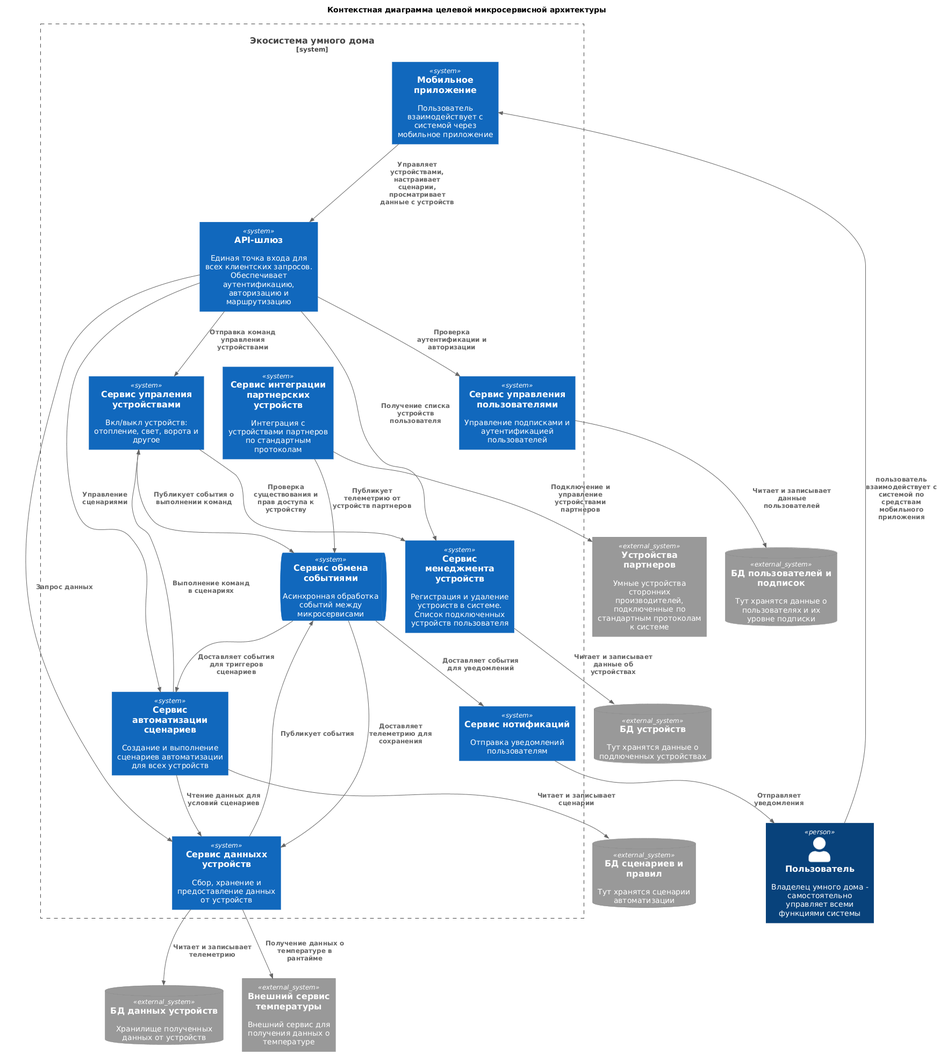
The PlantUML diagram diagrams/container/containerDiagram.png in mitchenko9/arc_sprint_1, before a commit.
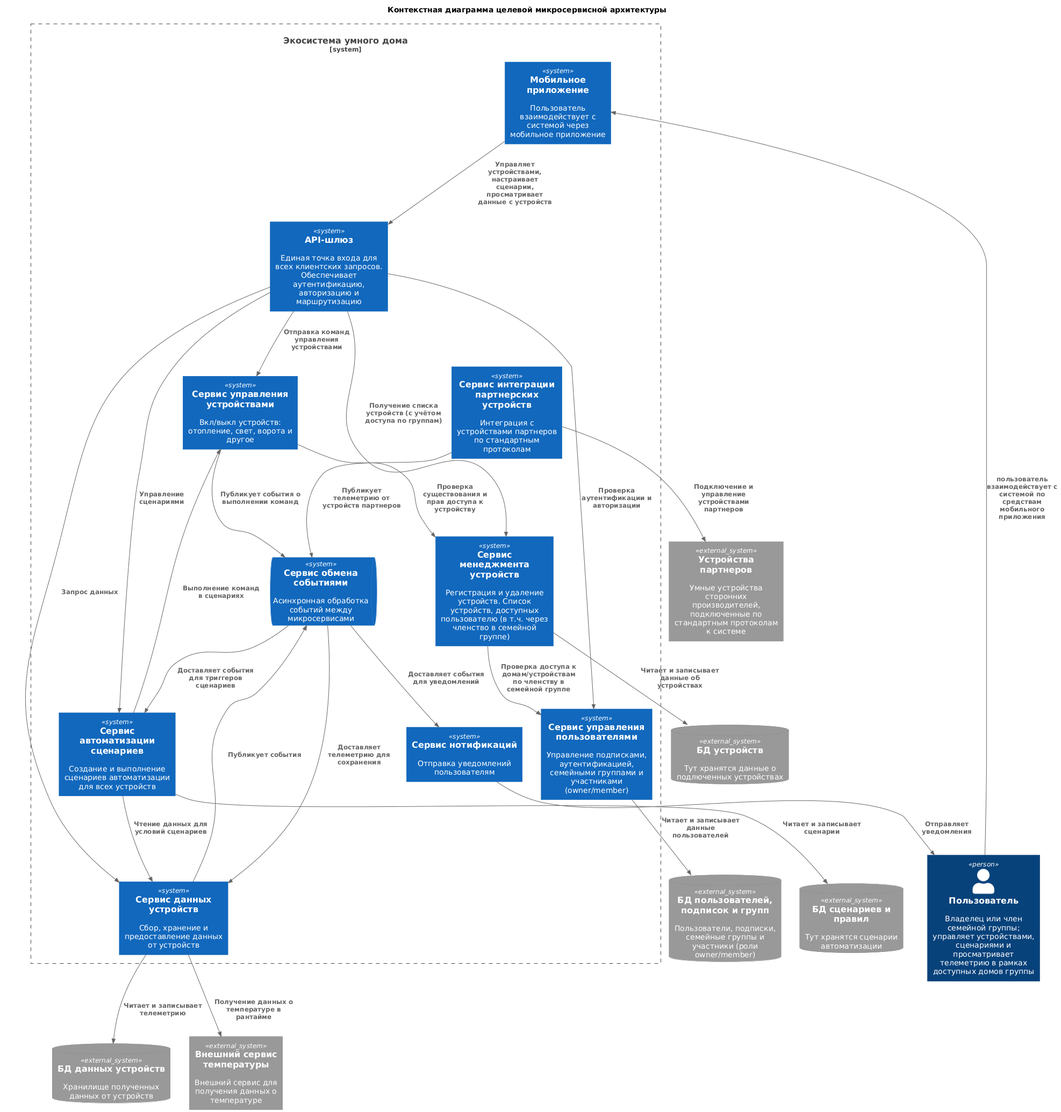
The same file after the commit.

Change to the diagram source:
```diff
@@ -3,22 +3,22 @@
 
 title Контекстная диаграмма целевой микросервисной архитектуры
 
-Person(user, "Пользователь", "Владелец умного дома - самостоятельно управляет всеми функциями системы")
+Person(user, "Пользователь", "Владелец или член семейной группы; управляет устройствами, сценариями и просматривает телеметрию в рамках доступных домов группы")
 
 System_Boundary(smartHomeSystem, "Экосистема умного дома") {
     System(mobileApp, "Мобильное приложение", "Пользователь взаимодействует с системой через мобильное приложение")
     System(apiGateway, "API-шлюз", "Единая точка входа для всех клиентских запросов. Обеспечивает аутентификацию, авторизацию и маршрутизацию")
-    System(userManagement, "Сервис управления пользователями", "Управление подписками и аутентификацией пользователей")
-    System(deviceManagement, "Сервис менеджмента устройств", "Регистрация и удаление устроиств в системе. Список подключенных устройств пользователя")
-    System(deviceControl, "Сервис упраления устройствами", "Вкл/выкл устройств: отопление, свет, ворота и другое")
-    System(dataHub, "Сервис данныхх устройств", "Сбор, хранение и предоставление данных от устройств")
+    System(userManagement, "Сервис управления пользователями", "Управление подписками, аутентификацией, семейными группами и участниками (owner/member)")
+    System(deviceManagement, "Сервис менеджмента устройств", "Регистрация и удаление устройств. Список устройств, доступных пользователю (в т.ч. через членство в семейной группе)")
+    System(deviceControl, "Сервис управления устройствами", "Вкл/выкл устройств: отопление, свет, ворота и другое")
+    System(dataHub, "Сервис данных устройств", "Сбор, хранение и предоставление данных от устройств")
     System(automation, "Сервис автоматизации сценариев", "Создание и выполнение сценариев автоматизации для всех устройств")
     System(integration, "Сервис интеграции партнерских устройств", "Интеграция с устройствами партнеров по стандартным протоколам")
     System(notification, "Сервис нотификаций", "Отправка уведомлений пользователям")
     SystemQueue(signalBroker, "Сервис обмена событиями", "Асинхронная обработка событий между микросервисами")
 }
 
-SystemDb_Ext(userDatabase, "БД пользователей и подписок", "Тут хранятся данные о пользователях и их уровне подписки")
+SystemDb_Ext(userDatabase, "БД пользователей, подписок и групп", "Пользователи, подписки, семейные группы и участники (роли owner/member)")
 SystemDb_Ext(deviceDatabase, "БД устройств", "Тут хранятся данные о подлюченных устройствах")
 SystemDb_Ext(dataDB, "БД данных устройств", "Хранилище полученных данных от устройств")
 SystemDb_Ext(automationDatabase, "БД сценариев и правил", "Тут хранятся сценарии автоматизации")
@@ -30,12 +30,13 @@
 Rel(mobileApp, apiGateway, "Управляет устройствами, настраивает сценарии, просматривает данные с устройств")
 
 Rel(apiGateway, userManagement, "Проверка аутентификации и авторизации")
-Rel(apiGateway, deviceManagement, "Получение списка устройств пользователя")
+Rel(apiGateway, deviceManagement, "Получение списка устройств (с учётом доступа по группам)")
 Rel(apiGateway, deviceControl, "Отправка команд управления устройствами")
 Rel(apiGateway, dataHub, "Запрос данных")
 Rel(apiGateway, automation, "Управление сценариями")
 
 Rel(deviceControl, deviceManagement, "Проверка существования и прав доступа к устройству")
+Rel(deviceManagement, userManagement, "Проверка доступа к домам/устройствам по членству в семейной группе")
 Rel(automation, deviceControl, "Выполнение команд в сценариях")
 Rel(automation, dataHub, "Чтение данных для условий сценариев")
 
```
